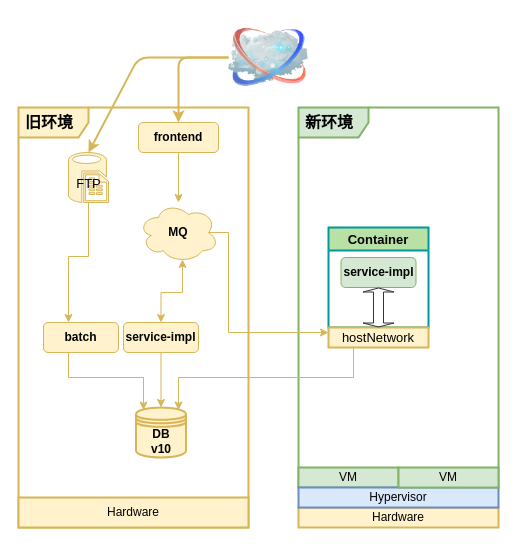
Before: page "re-container-1" (7 of 8) of diagrams.net/update-aic-system.drawio in ZhengweiHou/simplegit, a draw.io diagram. Source tidied: cells renumbered, new cells numbered last; positions are measured from the earlier drawing's top-left corner, leaving out a move shared by most shapes. Both pictures are drawn from the tidied source at 100%, with x=0, y=0 at pixel (18, 17).
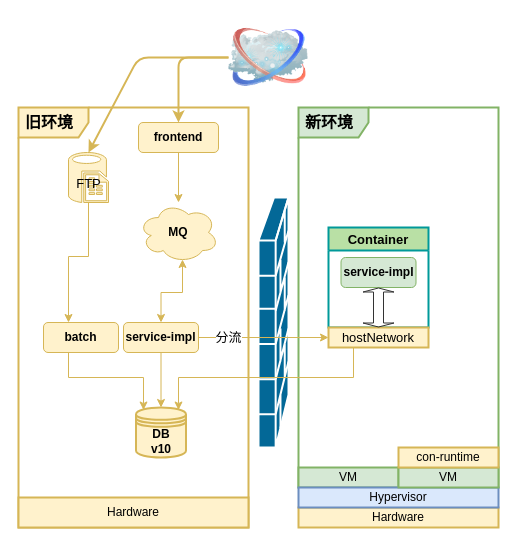
Above is the later version.

The change refers to these unchanged cells:
```xml
<mxCell id="14" value="MQ" style="ellipse;shape=cloud;whiteSpace=wrap;html=1;fillColor=#fff2cc;strokeColor=#d6b656;fontStyle=1;" parent="9" vertex="1">
  <mxGeometry x="120" y="185" width="80" height="60" as="geometry" />
</mxCell>
<mxCell id="18" value="&lt;div&gt;service-impl&lt;/div&gt;" style="rounded=1;whiteSpace=wrap;html=1;fillColor=#fff2cc;strokeColor=#d6b656;fontStyle=1;" parent="9" vertex="1">
  <mxGeometry x="105" y="305" width="75" height="30" as="geometry" />
</mxCell>
<mxCell id="23" value="hostNetwork" style="rounded=0;whiteSpace=wrap;html=1;shadow=0;sketch=0;strokeColor=#d6b656;strokeWidth=2;fillColor=#fff2cc;fontSize=13;" parent="9" vertex="1">
  <mxGeometry x="310" y="310" width="100" height="20" as="geometry" />
</mxCell>
```

What changed in the source:
```diff
@@
+    <mxCell id="31" style="shape=mxgraph.cisco.security.firewall;html=1;dashed=0;fillColor=#036897;strokeColor=#ffffff;strokeWidth=2;verticalLabelPosition=bottom;verticalAlign=top;align=center;fontStyle=1;" parent="1" vertex="1">
+      <mxGeometry x="240" y="180" width="30" height="250" as="geometry" />
+    </mxCell>
+    <mxCell id="32" value="con-runtime" style="rounded=0;whiteSpace=wrap;html=1;shadow=0;sketch=0;strokeColor=#d6b656;strokeWidth=2;fillColor=#fff2cc;" parent="1" vertex="1">
+      <mxGeometry x="380" y="430" width="100" height="20" as="geometry" />
+    </mxCell>
@@
-    <mxCell id="13" style="edgeStyle=orthogonalEdgeStyle;rounded=0;jettySize=auto;html=1;exitX=0.875;exitY=0.5;exitDx=0;exitDy=0;exitPerimeter=0;entryX=0;entryY=0.25;entryDx=0;entryDy=0;startArrow=none;startFill=0;startSize=6;endSize=6;strokeColor=#d6b656;strokeWidth=1;fontSize=13;fillColor=#fff2cc;" parent="9" edge="1" source="14" target="23">
-      <mxGeometry relative="1" as="geometry">
-        <Array as="points">
-          <mxPoint x="210" y="215" />
-          <mxPoint x="210" y="315" />
-        </Array>
-      </mxGeometry>
+    <mxCell id="13" value="分流" style="edgeStyle=orthogonalEdgeStyle;rounded=0;jettySize=auto;html=1;exitX=1;exitY=0.5;exitDx=0;exitDy=0;startArrow=none;startFill=0;startSize=6;endSize=6;strokeColor=#d6b656;strokeWidth=1;fontSize=13;fillColor=#fff2cc;" parent="9" edge="1" source="18" target="23">
+      <mxGeometry x="-0.54" relative="1" as="geometry" />
     </mxCell>
```
